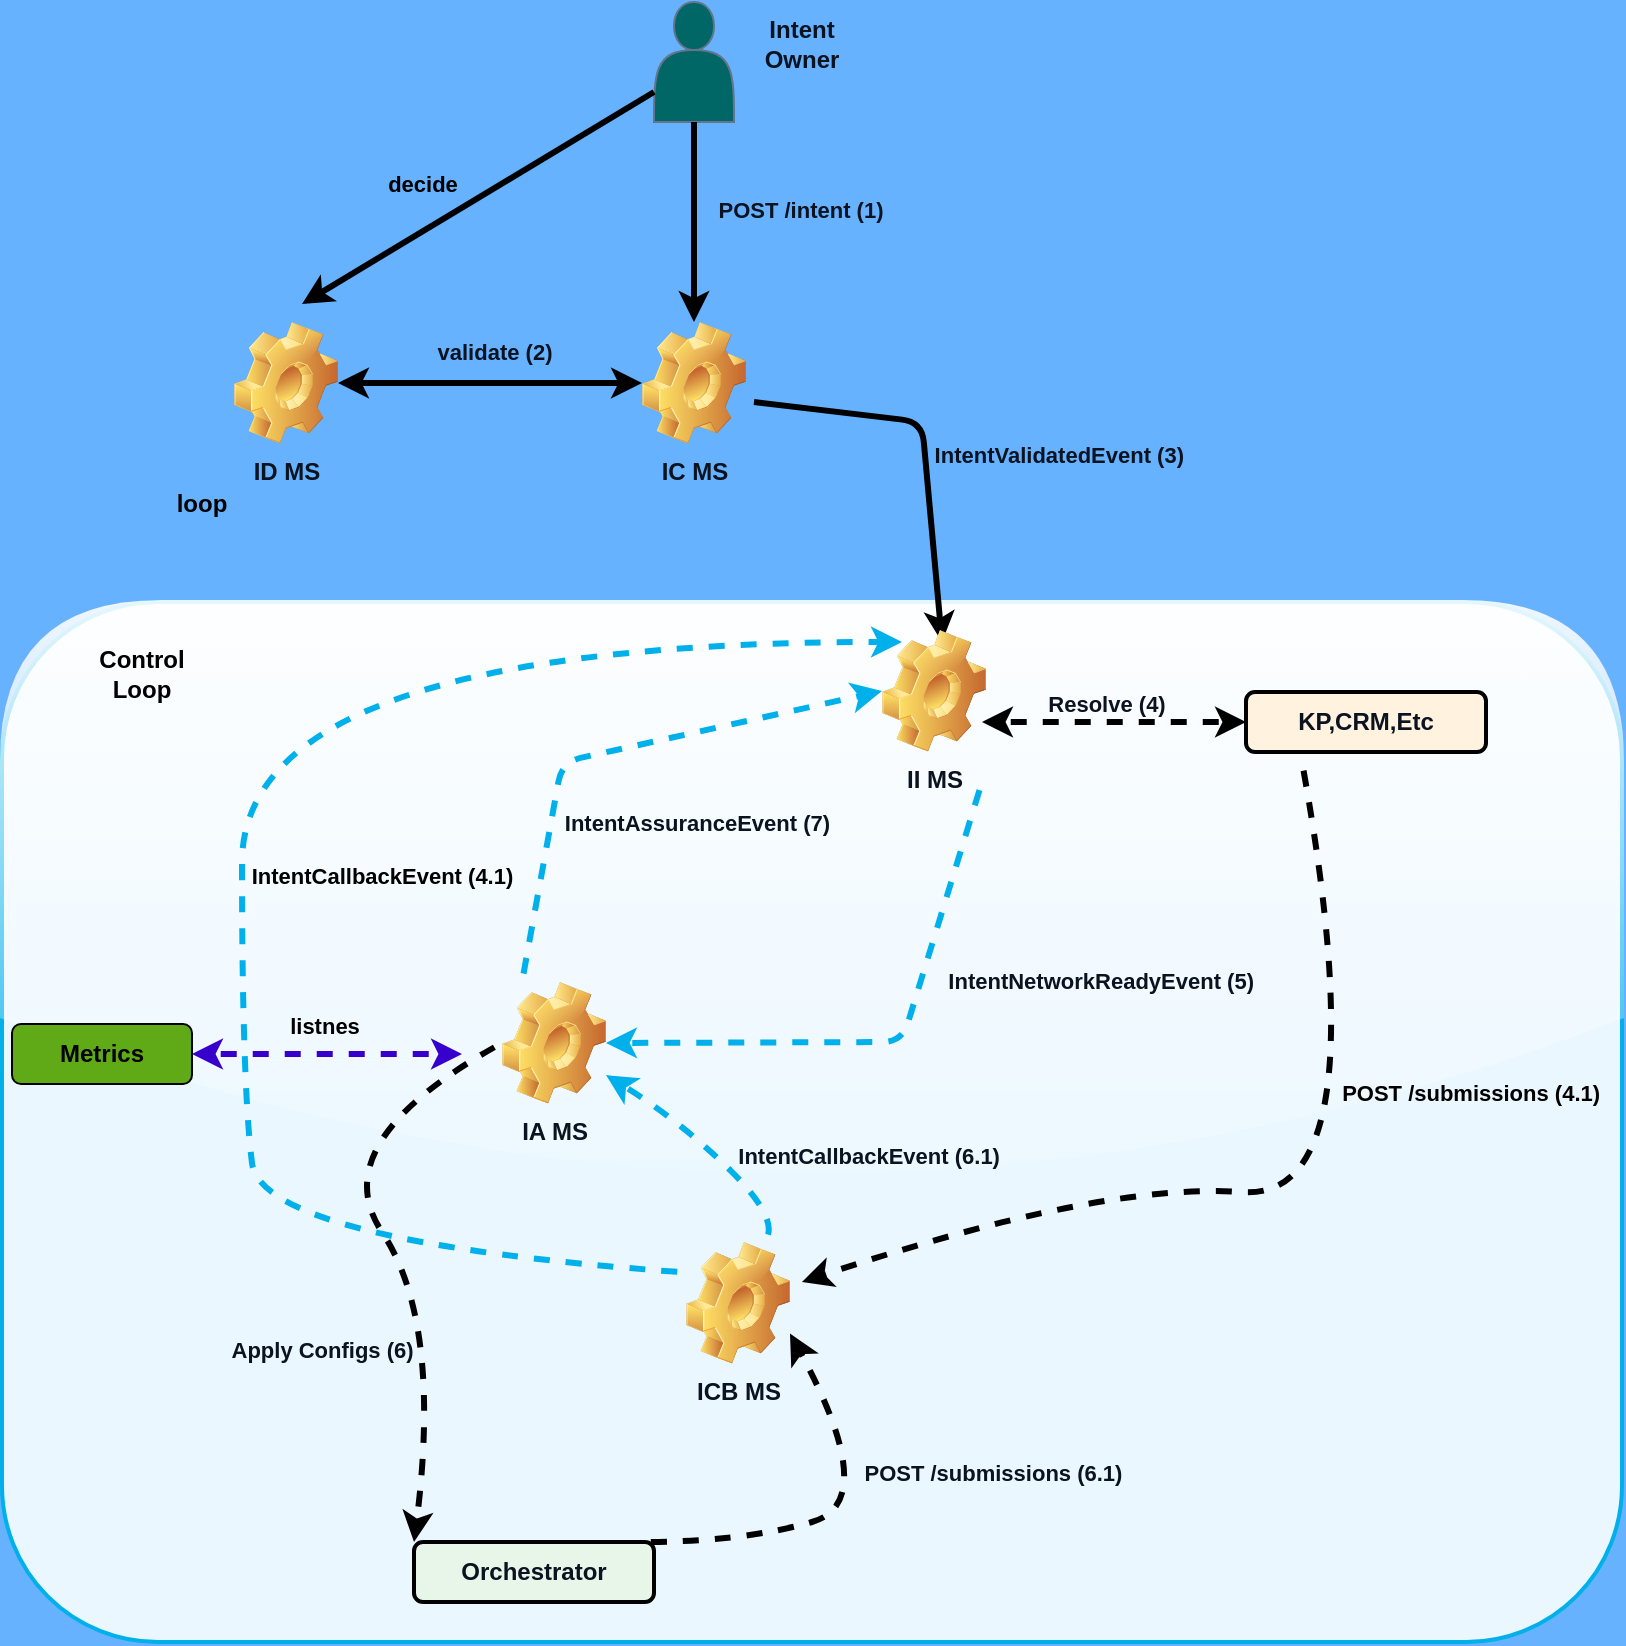
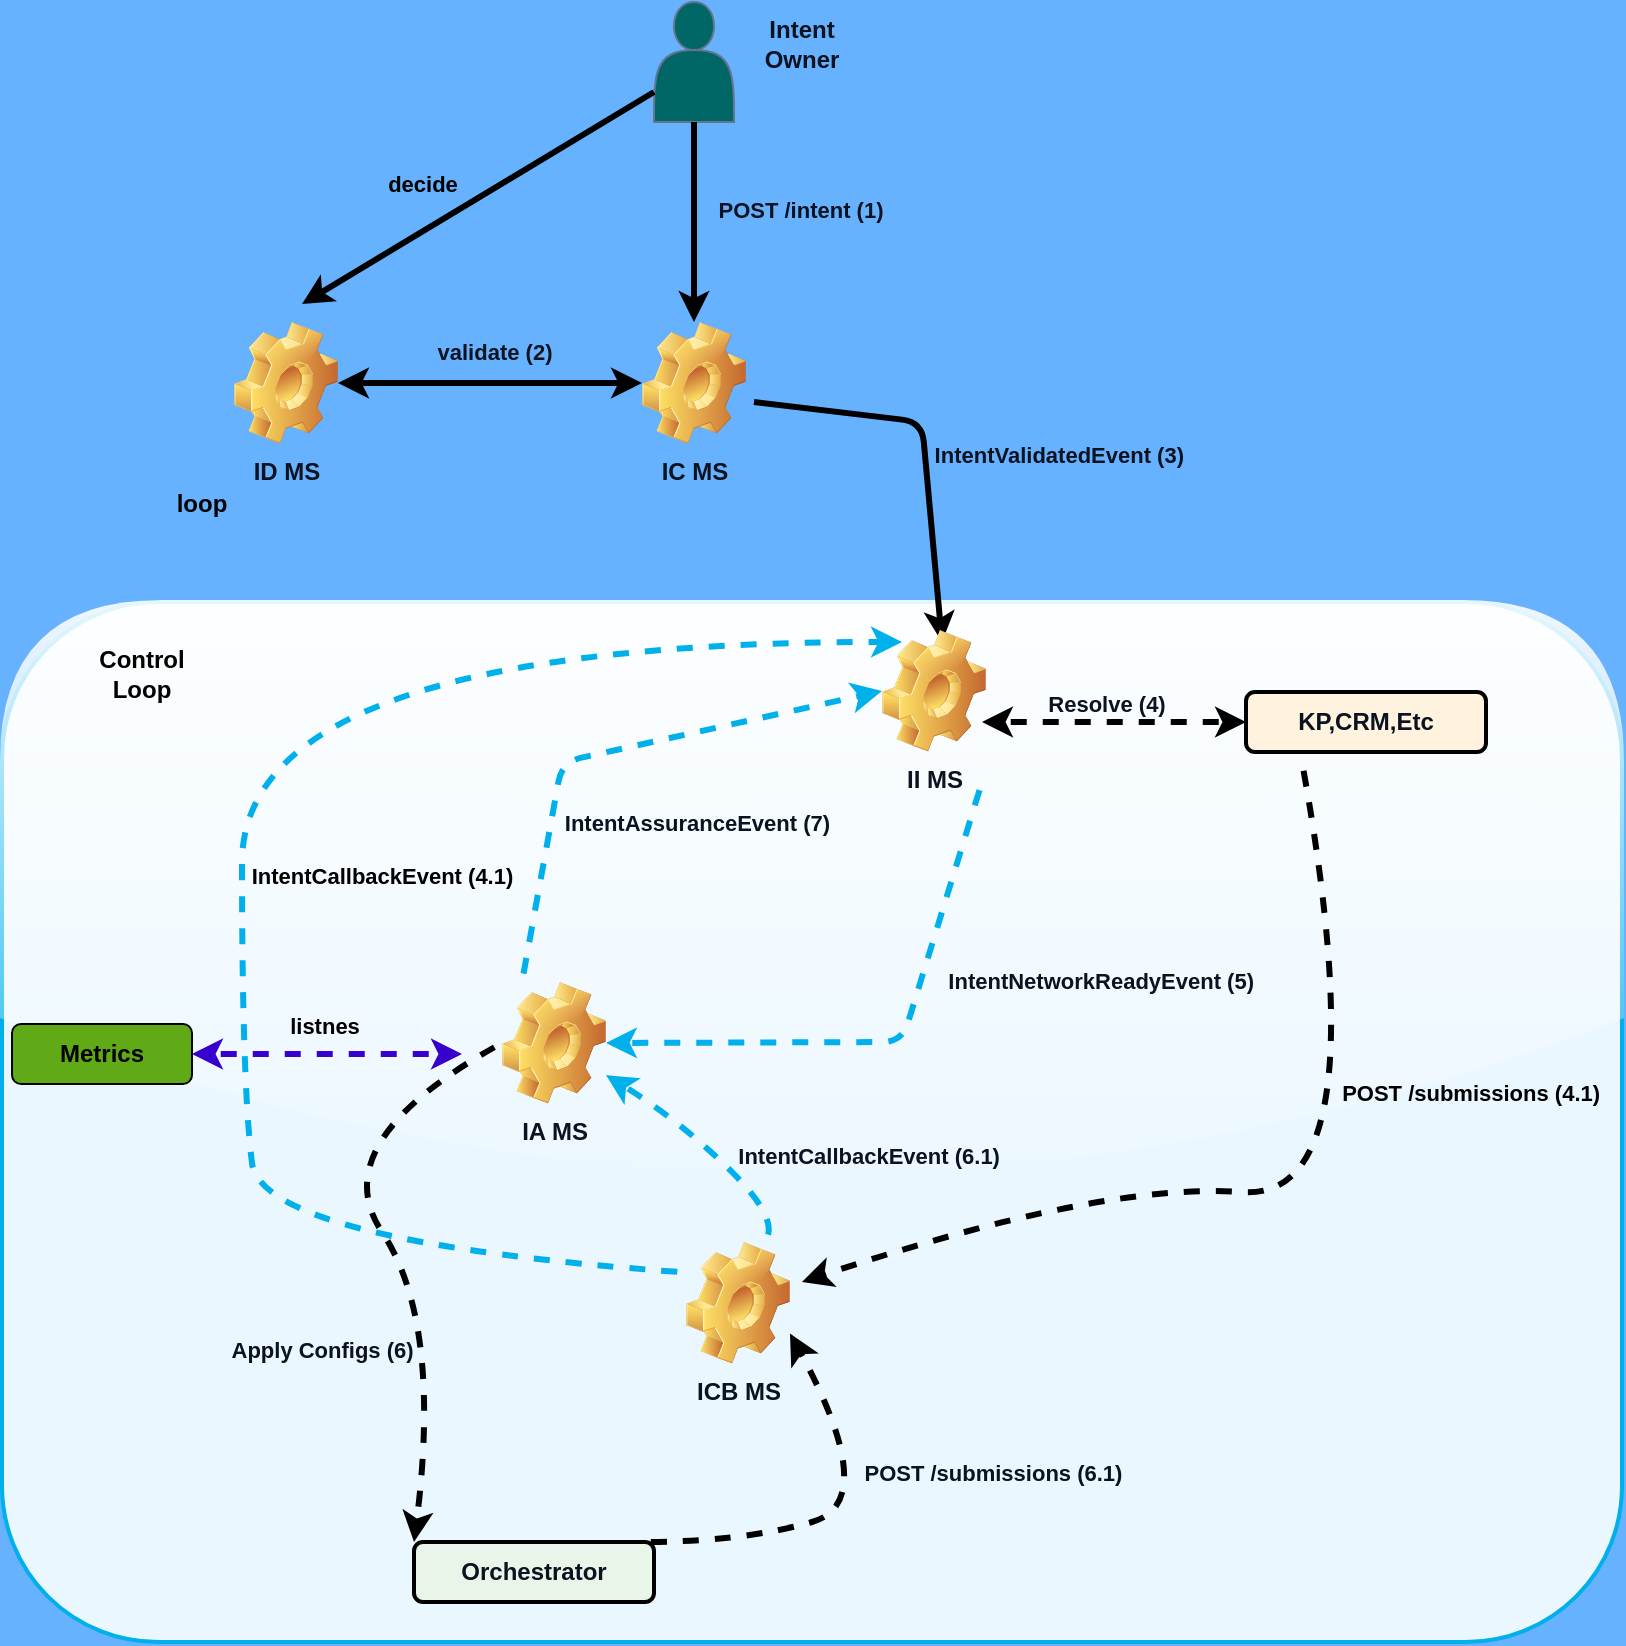
<mxfile host="65bd71144e">
    <diagram id="hkdiFI0e61aXNWWX01rr" name="Page-1">
        <mxGraphModel dx="904" dy="851" grid="1" gridSize="10" guides="1" tooltips="1" connect="1" arrows="1" fold="1" page="1" pageScale="1" pageWidth="827" pageHeight="1169" background="#66B2FF" math="0" shadow="0" adaptiveColors="none">
            <root>
                <mxCell id="0"/>
                <mxCell id="1" parent="0"/>
-                 <mxCell id="44" value="" style="rounded=1;whiteSpace=wrap;html=1;strokeWidth=2;glass=1;shadow=0;fillStyle=auto;fillColor=#EAF7FF;fontColor=#0B1220;strokeColor=#00B0EB;" parent="1" vertex="1">
+                 <mxCell id="44" value="" style="rounded=1;whiteSpace=wrap;html=1;strokeWidth=2;glass=1;shadow=0;fillStyle=auto;fillColor=#EAF7FF;fontColor=#0B1220;strokeColor=#00B0EB;labelBackgroundColor=default;" parent="1" vertex="1">
                    <mxGeometry x="10" y="449" width="810" height="520" as="geometry"/>
                </mxCell>
                <mxCell id="2" value="IA MS" style="shape=image;html=1;verticalLabelPosition=bottom;verticalAlign=top;imageAspect=1;aspect=fixed;image=img/clipart/Gear_128x128.png;container=0;fontStyle=1;fillColor=#E6F7FF;strokeColor=#00B0EB;fontColor=#0B1220;strokeWidth=2;shadow=0;" parent="1" vertex="1">
                    <mxGeometry x="260" y="639" width="52" height="61" as="geometry"/>
                </mxCell>
                <mxCell id="7" value="" style="endArrow=classic;html=1;shadow=0;flowAnimation=1;strokeWidth=3;strokeColor=#00B0EB;entryX=0;entryY=0.5;entryDx=0;entryDy=0;jumpStyle=arc;fontColor=#0B1220;" parent="1" edge="1" target="28">
                    <mxGeometry width="50" height="50" relative="1" as="geometry">
                        <mxPoint x="270" y="639" as="sourcePoint"/>
                        <mxPoint x="430" y="489" as="targetPoint"/>
                        <Array as="points">
                            <mxPoint x="290" y="529"/>
                        </Array>
                    </mxGeometry>
                </mxCell>
                <mxCell id="9" value="IntentNetworkReadyEvent (5)" style="edgeLabel;align=center;verticalAlign=middle;resizable=0;points=[];container=0;fontColor=#0B1220;labelBackgroundColor=none;fontStyle=1;fillColor=#E8F5E9;strokeColor=#2E7D32;strokeWidth=2;shadow=0;" parent="7" vertex="1" connectable="0">
                    <mxGeometry x="0.0249" y="3" relative="1" as="geometry">
                        <mxPoint x="241" y="118" as="offset"/>
                    </mxGeometry>
                </mxCell>
                <mxCell id="8" value="" style="endArrow=classic;html=1;entryX=1;entryY=0.5;entryDx=0;entryDy=0;exitX=1;exitY=1;exitDx=0;exitDy=0;flowAnimation=1;jumpStyle=arc;strokeWidth=3;strokeColor=#00B0EB;fontColor=#0B1220;" parent="1" target="2" edge="1">
                    <mxGeometry width="50" height="50" relative="1" as="geometry">
                        <mxPoint x="500" y="539" as="sourcePoint"/>
                        <mxPoint x="470" y="719" as="targetPoint"/>
                        <Array as="points">
                            <mxPoint x="460" y="669"/>
                        </Array>
                    </mxGeometry>
                </mxCell>
                <mxCell id="10" value="IntentAssuranceEvent (7)" style="edgeLabel;align=center;verticalAlign=middle;resizable=0;points=[];container=0;labelBackgroundColor=none;fontStyle=1;fillColor=#FFEBEE;strokeColor=#C62828;fontColor=#0B1220;strokeWidth=2;shadow=0;" parent="8" vertex="1" connectable="0">
                    <mxGeometry x="-0.196" relative="1" as="geometry">
                        <mxPoint x="-109" y="-89" as="offset"/>
                    </mxGeometry>
                </mxCell>
                <mxCell id="12" value="IC MS" style="shape=image;html=1;verticalLabelPosition=bottom;verticalAlign=top;imageAspect=1;aspect=fixed;image=img/clipart/Gear_128x128.png;fontStyle=1;fillColor=#E6F7FF;strokeColor=#00B0EB;fontColor=#0B1220;strokeWidth=2;shadow=0;" parent="1" vertex="1">
                    <mxGeometry x="330" y="309" width="52" height="61" as="geometry"/>
                </mxCell>
                <mxCell id="13" value="" style="shape=actor;whiteSpace=wrap;html=1;fillColor=#006666;strokeColor=#64748B;fontColor=#0B1220;shadow=0;" parent="1" vertex="1">
                    <mxGeometry x="336" y="149" width="40" height="60" as="geometry"/>
                </mxCell>
                <mxCell id="14" value="" style="endArrow=classic;html=1;exitX=0.5;exitY=1;exitDx=0;exitDy=0;strokeWidth=3;flowAnimation=0;strokeColor=default;fontColor=#0B1220;" parent="1" source="13" target="12" edge="1">
                    <mxGeometry width="50" height="50" relative="1" as="geometry">
                        <mxPoint x="430" y="379" as="sourcePoint"/>
                        <mxPoint x="480" y="329" as="targetPoint"/>
                    </mxGeometry>
                </mxCell>
                <mxCell id="17" value="POST /intent (1)" style="edgeLabel;html=1;align=center;verticalAlign=middle;resizable=0;points=[];fontColor=#0B1220;fontStyle=1;labelBackgroundColor=none;strokeColor=#64748B;shadow=0;" parent="14" vertex="1" connectable="0">
                    <mxGeometry x="-0.13" relative="1" as="geometry">
                        <mxPoint x="53" as="offset"/>
                    </mxGeometry>
                </mxCell>
                <mxCell id="15" value="ICB MS" style="shape=image;html=1;verticalLabelPosition=bottom;verticalAlign=top;imageAspect=1;aspect=fixed;image=img/clipart/Gear_128x128.png;fontStyle=1;fillColor=#FFF3E0;strokeColor=#F57C00;fontColor=#0B1220;strokeWidth=2;shadow=0;" parent="1" vertex="1">
                    <mxGeometry x="352" y="769" width="52" height="61" as="geometry"/>
                </mxCell>
                <mxCell id="16" value="" style="endArrow=classic;html=1;exitX=0.5;exitY=1;exitDx=0;exitDy=0;strokeWidth=3;flowAnimation=0;jumpStyle=arc;strokeColor=default;fontColor=#0B1220;" parent="1" edge="1">
                    <mxGeometry width="50" height="50" relative="1" as="geometry">
                        <mxPoint x="386" y="349" as="sourcePoint"/>
                        <mxPoint x="480" y="469" as="targetPoint"/>
                        <Array as="points">
                            <mxPoint x="470" y="359"/>
                        </Array>
                    </mxGeometry>
                </mxCell>
                <mxCell id="18" value="IntentValidatedEvent (3)" style="edgeLabel;align=center;verticalAlign=middle;resizable=0;points=[];fontColor=#0B1220;fontStyle=1;labelBackgroundColor=none;strokeColor=#64748B;shadow=0;" parent="16" vertex="1" connectable="0">
                    <mxGeometry x="0.0229" y="-3" relative="1" as="geometry">
                        <mxPoint x="70" as="offset"/>
                    </mxGeometry>
                </mxCell>
                <mxCell id="21" value="Orchestrator" style="rounded=1;whiteSpace=wrap;html=1;fillColor=#E8F5E9;fontColor=#0B1220;strokeColor=default;fontStyle=1;strokeWidth=2;shadow=0;" parent="1" vertex="1">
                    <mxGeometry x="216" y="919" width="120" height="30" as="geometry"/>
                </mxCell>
                <mxCell id="22" value="Intent Owner" style="text;html=1;align=center;verticalAlign=middle;whiteSpace=wrap;rounded=0;fontStyle=1;fillColor=none;strokeColor=none;fontColor=#0B1220;strokeWidth=2;shadow=0;" parent="1" vertex="1">
                    <mxGeometry x="380" y="155" width="60" height="30" as="geometry"/>
                </mxCell>
                <mxCell id="23" value="KP,CRM,Etc" style="rounded=1;whiteSpace=wrap;html=1;fillColor=#FFF3E0;fontColor=#0B1220;strokeColor=default;fontStyle=1;strokeWidth=2;shadow=0;" parent="1" vertex="1">
                    <mxGeometry x="632" y="494" width="120" height="30" as="geometry"/>
                </mxCell>
                <mxCell id="25" value="" style="endArrow=classic;startArrow=classic;html=1;exitX=1;exitY=0.5;exitDx=0;exitDy=0;entryX=0;entryY=0.5;entryDx=0;entryDy=0;endSize=6;strokeWidth=3;flowAnimation=1;strokeColor=default;fontColor=#0B1220;" parent="1" target="23" edge="1">
                    <mxGeometry width="50" height="50" relative="1" as="geometry">
                        <mxPoint x="500" y="509" as="sourcePoint"/>
                        <mxPoint x="590" y="519" as="targetPoint"/>
                    </mxGeometry>
                </mxCell>
                <mxCell id="34" value="Resolve (4)" style="edgeLabel;html=1;align=center;verticalAlign=middle;resizable=0;points=[];fontStyle=1;labelBackgroundColor=none;strokeColor=#64748B;fontColor=#0B1220;shadow=0;" parent="25" vertex="1" connectable="0">
                    <mxGeometry x="-0.0667" relative="1" as="geometry">
                        <mxPoint y="-9" as="offset"/>
                    </mxGeometry>
                </mxCell>
                <mxCell id="28" value="II MS" style="shape=image;html=1;verticalLabelPosition=bottom;verticalAlign=top;imageAspect=1;aspect=fixed;image=img/clipart/Gear_128x128.png;fontStyle=1;fillColor=#E6F7FF;strokeColor=#00B0EB;fontColor=#0B1220;strokeWidth=2;shadow=0;" parent="1" vertex="1">
                    <mxGeometry x="450" y="463" width="52" height="61" as="geometry"/>
                </mxCell>
                <mxCell id="29" value="ID MS" style="shape=image;html=1;verticalLabelPosition=bottom;verticalAlign=top;imageAspect=1;aspect=fixed;image=img/clipart/Gear_128x128.png;fontStyle=1;fillColor=#E6F7FF;strokeColor=#00B0EB;fontColor=#0B1220;strokeWidth=2;shadow=0;" parent="1" vertex="1">
                    <mxGeometry x="126" y="309" width="52" height="61" as="geometry"/>
                </mxCell>
                <mxCell id="30" value="" style="endArrow=classic;startArrow=classic;html=1;exitX=1;exitY=0.5;exitDx=0;exitDy=0;entryX=0;entryY=0.5;entryDx=0;entryDy=0;strokeWidth=3;flowAnimation=0;strokeColor=default;fontColor=#0B1220;" parent="1" source="29" target="12" edge="1">
                    <mxGeometry width="50" height="50" relative="1" as="geometry">
                        <mxPoint x="280" y="469" as="sourcePoint"/>
                        <mxPoint x="330" y="419" as="targetPoint"/>
                    </mxGeometry>
                </mxCell>
                <mxCell id="31" value="validate (2)" style="edgeLabel;html=1;align=center;verticalAlign=middle;resizable=0;points=[];fontStyle=1;labelBackgroundColor=none;strokeColor=#64748B;fontColor=#0B1220;shadow=0;" parent="30" vertex="1" connectable="0">
                    <mxGeometry y="2" relative="1" as="geometry">
                        <mxPoint x="2" y="-14" as="offset"/>
                    </mxGeometry>
                </mxCell>
                <mxCell id="32" value="" style="curved=1;endArrow=classic;html=1;strokeWidth=3;flowAnimation=1;fillColor=#0050ef;strokeColor=default;fontColor=#0B1220;" parent="1" edge="1">
                    <mxGeometry width="50" height="50" relative="1" as="geometry">
                        <mxPoint x="660" y="529" as="sourcePoint"/>
                        <mxPoint x="410" y="789" as="targetPoint"/>
                        <Array as="points">
                            <mxPoint x="700" y="749"/>
                            <mxPoint x="560" y="739"/>
                        </Array>
                    </mxGeometry>
                </mxCell>
                <mxCell id="33" value="" style="curved=1;endArrow=classic;html=1;exitX=0;exitY=0.25;exitDx=0;exitDy=0;strokeWidth=3;flowAnimation=1;fillColor=#0050ef;strokeColor=#00B0EB;fontColor=#0B1220;" parent="1" source="15" edge="1">
                    <mxGeometry width="50" height="50" relative="1" as="geometry">
                        <mxPoint x="90" y="769" as="sourcePoint"/>
                        <mxPoint x="460" y="469" as="targetPoint"/>
                        <Array as="points">
                            <mxPoint x="140" y="769"/>
                            <mxPoint x="130" y="690"/>
                            <mxPoint x="130" y="469"/>
                        </Array>
                    </mxGeometry>
                </mxCell>
                <mxCell id="36" value="" style="curved=1;endArrow=classic;html=1;exitX=0;exitY=0.5;exitDx=0;exitDy=0;entryX=0;entryY=0;entryDx=0;entryDy=0;strokeWidth=3;fillColor=#e3c800;strokeColor=default;flowAnimation=1;fontColor=#0B1220;" parent="1" source="2" target="21" edge="1">
                    <mxGeometry width="50" height="50" relative="1" as="geometry">
                        <mxPoint x="230" y="859" as="sourcePoint"/>
                        <mxPoint x="280" y="809" as="targetPoint"/>
                        <Array as="points">
                            <mxPoint x="170" y="719"/>
                            <mxPoint x="230" y="809"/>
                        </Array>
                    </mxGeometry>
                </mxCell>
                <mxCell id="37" value="Apply Configs (6)" style="edgeLabel;align=center;verticalAlign=middle;resizable=0;points=[];labelBackgroundColor=none;fontColor=#0B1220;fontStyle=1;strokeColor=#64748B;shadow=0;" parent="36" vertex="1" connectable="0">
                    <mxGeometry x="0.2297" y="-7" relative="1" as="geometry">
                        <mxPoint x="-47" y="20" as="offset"/>
                    </mxGeometry>
                </mxCell>
                <mxCell id="38" value="" style="curved=1;endArrow=classic;html=1;entryX=1;entryY=0.75;entryDx=0;entryDy=0;fillColor=#e3c800;strokeColor=default;strokeWidth=3;flowAnimation=1;fontColor=#0B1220;" parent="1" target="15" edge="1">
                    <mxGeometry width="50" height="50" relative="1" as="geometry">
                        <mxPoint x="330" y="919" as="sourcePoint"/>
                        <mxPoint x="380" y="869" as="targetPoint"/>
                        <Array as="points">
                            <mxPoint x="380" y="919"/>
                            <mxPoint x="450" y="899"/>
                        </Array>
                    </mxGeometry>
                </mxCell>
                <mxCell id="39" value="POST /submissions (6.1)" style="edgeLabel;align=center;verticalAlign=middle;resizable=0;points=[];fontStyle=1;labelBackgroundColor=none;fontColor=#0B1220;strokeColor=#64748B;shadow=0;" parent="38" vertex="1" connectable="0">
                    <mxGeometry x="0.3261" y="9" relative="1" as="geometry">
                        <mxPoint x="74" as="offset"/>
                    </mxGeometry>
                </mxCell>
                <mxCell id="40" value="" style="curved=1;endArrow=classic;html=1;exitX=0.75;exitY=0;exitDx=0;exitDy=0;fillColor=#e3c800;strokeColor=#00B0EB;strokeWidth=3;flowAnimation=1;fontColor=#0B1220;" parent="1" source="15" target="2" edge="1">
                    <mxGeometry width="50" height="50" relative="1" as="geometry">
                        <mxPoint x="350" y="759" as="sourcePoint"/>
                        <mxPoint x="400" y="709" as="targetPoint"/>
                        <Array as="points">
                            <mxPoint x="400" y="759"/>
                            <mxPoint x="350" y="709"/>
                        </Array>
                    </mxGeometry>
                </mxCell>
                <mxCell id="41" value="IntentCallbackEvent (6.1)" style="edgeLabel;align=center;verticalAlign=middle;resizable=0;points=[];fontStyle=1;labelBackgroundColor=none;fontColor=#0B1220;strokeColor=#64748B;shadow=0;" parent="40" vertex="1" connectable="0">
                    <mxGeometry x="-0.0281" relative="1" as="geometry">
                        <mxPoint x="78" y="1" as="offset"/>
                    </mxGeometry>
                </mxCell>
                <mxCell id="45" value="loop" style="text;html=1;align=center;verticalAlign=middle;whiteSpace=wrap;rounded=0;fontStyle=1" vertex="1" parent="1">
                    <mxGeometry x="80" y="385" width="60" height="30" as="geometry"/>
                </mxCell>
                <mxCell id="46" value="" style="endArrow=classic;html=1;exitX=0;exitY=0.75;exitDx=0;exitDy=0;strokeWidth=3;" edge="1" parent="1" source="13">
                    <mxGeometry width="50" height="50" relative="1" as="geometry">
                        <mxPoint x="170" y="220" as="sourcePoint"/>
                        <mxPoint x="160" y="300" as="targetPoint"/>
                    </mxGeometry>
                </mxCell>
                <mxCell id="47" value="decide" style="edgeLabel;html=1;align=center;verticalAlign=middle;resizable=0;points=[];labelBackgroundColor=none;fontStyle=1" vertex="1" connectable="0" parent="46">
                    <mxGeometry x="-0.0222" y="1" relative="1" as="geometry">
                        <mxPoint x="-31" y="-7" as="offset"/>
                    </mxGeometry>
                </mxCell>
                <mxCell id="48" value="Metrics" style="rounded=1;whiteSpace=wrap;html=1;fillColor=#60a917;fontColor=default;strokeColor=default;fontStyle=1" vertex="1" parent="1">
                    <mxGeometry x="15" y="660" width="90" height="30" as="geometry"/>
                </mxCell>
                <mxCell id="49" value="" style="endArrow=classic;startArrow=classic;html=1;exitX=1;exitY=0.5;exitDx=0;exitDy=0;strokeWidth=3;flowAnimation=1;strokeColor=#3700CC;jumpStyle=arc;fillColor=#6a00ff;" edge="1" parent="1" source="48">
                    <mxGeometry width="50" height="50" relative="1" as="geometry">
                        <mxPoint x="150" y="720" as="sourcePoint"/>
                        <mxPoint x="240" y="675" as="targetPoint"/>
                    </mxGeometry>
                </mxCell>
                <mxCell id="55" value="listnes" style="edgeLabel;html=1;align=center;verticalAlign=middle;resizable=0;points=[];labelBackgroundColor=none;fontStyle=1" vertex="1" connectable="0" parent="49">
                    <mxGeometry x="-0.0462" y="4" relative="1" as="geometry">
                        <mxPoint x="1" y="-10" as="offset"/>
                    </mxGeometry>
                </mxCell>
                <mxCell id="50" value="IntentCallbackEvent (4.1)" style="edgeLabel;align=center;verticalAlign=middle;resizable=0;points=[];fontStyle=1;labelBackgroundColor=none;fontColor=default;" vertex="1" connectable="0" parent="1">
                    <mxGeometry x="200.0011238408634" y="585.0011238408631" as="geometry"/>
                </mxCell>
                <mxCell id="51" value="POST /submissions (4.1)" style="edgeLabel;align=center;verticalAlign=middle;resizable=0;points=[];fontStyle=1;labelBackgroundColor=none;fontColor=default;" vertex="1" connectable="0" parent="1">
                    <mxGeometry x="744.3029013611379" y="693.5364916215115" as="geometry"/>
                </mxCell>
                <mxCell id="54" value="Control Loop" style="text;html=1;align=center;verticalAlign=middle;whiteSpace=wrap;rounded=0;fontStyle=1" vertex="1" parent="1">
                    <mxGeometry x="50" y="470" width="60" height="30" as="geometry"/>
                </mxCell>
            </root>
        </mxGraphModel>
    </diagram>
</mxfile>